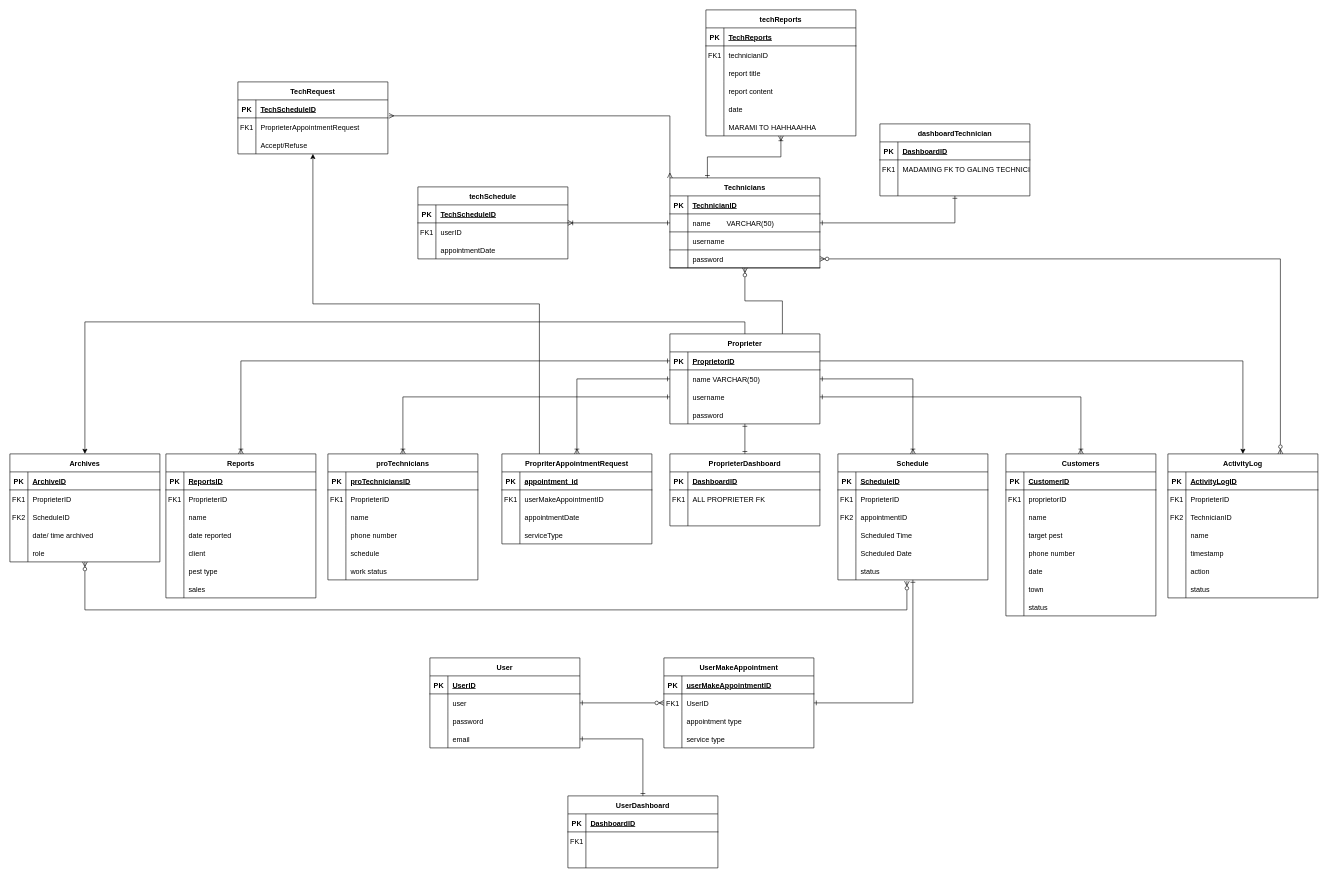
Earlier version of the draw.io diagram Untitled Diagram.drawio (cedcedie/QueueFormHannah). Source tidied: cells renumbered, new cells numbered last; positions are measured from the earlier drawing's top-left corner, leaving out a move shared by most shapes. Both pictures are drawn from the tidied source at 60%, with x=0, y=0 at pixel (10, 10).
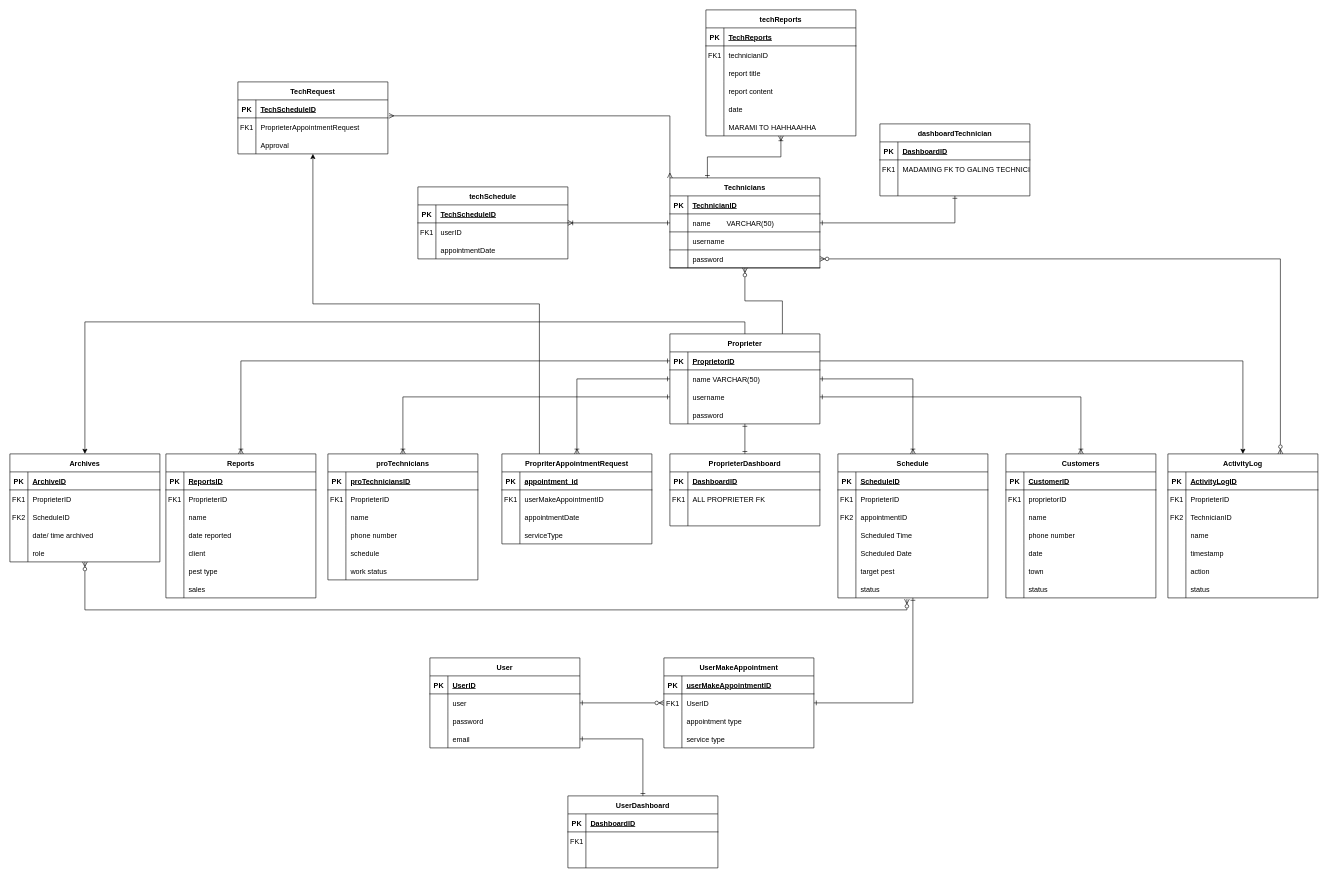
Above is the later version.

Unchanged cells that the change refers to:
```xml
<mxCell id="193" style="shape=partialRectangle;fillColor=none;top=0;left=0;right=0;bottom=0;" parent="186" vertex="1">
  <mxGeometry y="90" width="250" height="30" as="geometry" />
</mxCell>
```

What changed in the source:
```diff
@@
     <mxCell id="19" value="Schedule" style="shape=table;startSize=30;childLayout=tableLayout;rowLines=0;fontStyle=1;align=center;" parent="1" vertex="1">
-      <mxGeometry x="1380" y="740" width="250" height="210" as="geometry" />
+      <mxGeometry x="1380" y="740" width="250" height="240" as="geometry" />
     </mxCell>
@@
+    <mxCell id="278" style="shape=partialRectangle;fillColor=none;top=0;left=0;right=0;bottom=0;" parent="19" vertex="1">
+      <mxGeometry y="180" width="250" height="30" as="geometry" />
+    </mxCell>
+    <mxCell id="71" style="shape=partialRectangle;overflow=hidden;fillColor=none;top=0;left=0;bottom=0;right=0;" parent="278" vertex="1">
+      <mxGeometry width="30" height="30" as="geometry" />
+    </mxCell>
+    <mxCell id="72" value="target pest" style="shape=partialRectangle;overflow=hidden;fillColor=none;top=0;left=0;bottom=0;right=0;align=left;spacingLeft=6;" parent="278" vertex="1">
+      <mxGeometry x="30" width="220" height="30" as="geometry" />
+    </mxCell>
     <mxCell id="35" style="shape=partialRectangle;fillColor=none;points=[[0,0.5],[1,0.5]];portConstraint=eastwest;top=0;left=0;right=0;bottom=0;" parent="19" vertex="1">
-      <mxGeometry y="180" width="250" height="30" as="geometry" />
+      <mxGeometry y="210" width="250" height="30" as="geometry" />
     </mxCell>
@@
     <mxCell id="60" value="Customers" style="shape=table;startSize=30;childLayout=tableLayout;rowLines=0;fontStyle=1;align=center;" parent="1" vertex="1">
-      <mxGeometry x="1660" y="740" width="250" height="270" as="geometry" />
+      <mxGeometry x="1660" y="740" width="250" height="240" as="geometry" />
     </mxCell>
@@
-    <mxCell id="70" style="shape=partialRectangle;fillColor=none;top=0;left=0;right=0;bottom=0;" parent="60" vertex="1">
-      <mxGeometry y="120" width="250" height="30" as="geometry" />
-    </mxCell>
-    <mxCell id="71" style="shape=partialRectangle;overflow=hidden;fillColor=none;top=0;left=0;bottom=0;right=0;" parent="70" vertex="1">
-      <mxGeometry width="30" height="30" as="geometry" />
-    </mxCell>
-    <mxCell id="72" value="target pest" style="shape=partialRectangle;overflow=hidden;fillColor=none;top=0;left=0;bottom=0;right=0;align=left;spacingLeft=6;" parent="70" vertex="1">
-      <mxGeometry x="30" width="220" height="30" as="geometry" />
-    </mxCell>
     <mxCell id="73" style="shape=partialRectangle;fillColor=none;top=0;left=0;right=0;bottom=0;" parent="60" vertex="1">
-      <mxGeometry y="150" width="250" height="30" as="geometry" />
+      <mxGeometry y="120" width="250" height="30" as="geometry" />
     </mxCell>
@@
     <mxCell id="76" style="shape=partialRectangle;fillColor=none;top=0;left=0;right=0;bottom=0;" parent="60" vertex="1">
-      <mxGeometry y="180" width="250" height="30" as="geometry" />
+      <mxGeometry y="150" width="250" height="30" as="geometry" />
     </mxCell>
@@
     <mxCell id="79" style="shape=partialRectangle;fillColor=none;top=0;left=0;right=0;bottom=0;" parent="60" vertex="1">
-      <mxGeometry y="210" width="250" height="30" as="geometry" />
+      <mxGeometry y="180" width="250" height="30" as="geometry" />
     </mxCell>
@@
     <mxCell id="82" style="shape=partialRectangle;fillColor=none;top=0;left=0;right=0;bottom=0;" parent="60" vertex="1">
-      <mxGeometry y="240" width="250" height="30" as="geometry" />
+      <mxGeometry y="210" width="250" height="30" as="geometry" />
     </mxCell>
@@
-    <mxCell id="195" value="Accept/Refuse" style="shape=partialRectangle;overflow=hidden;fillColor=none;top=0;left=0;bottom=0;right=0;align=left;spacingLeft=6;" parent="193" vertex="1">
+    <mxCell id="195" value="Approval" style="shape=partialRectangle;overflow=hidden;fillColor=none;top=0;left=0;bottom=0;right=0;align=left;spacingLeft=6;" parent="193" vertex="1">
       <mxGeometry x="30" width="220" height="30" as="geometry" />
     </mxCell>
```
